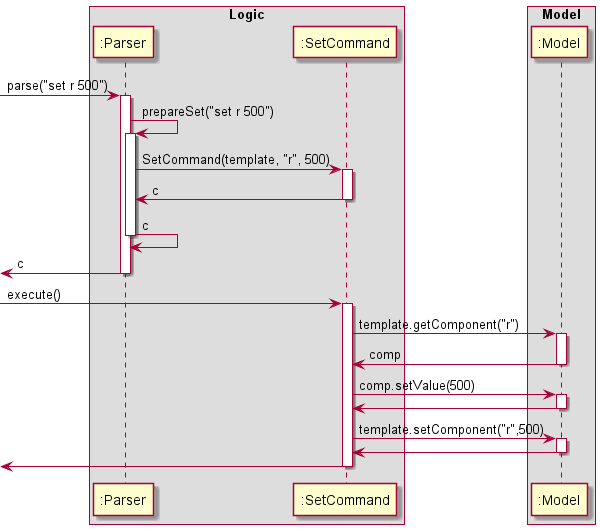
This is docs/diagrams/SetSequenceDiagram.png from sevenseasofbri/tp, a PlantUML export, as it was before one commit.
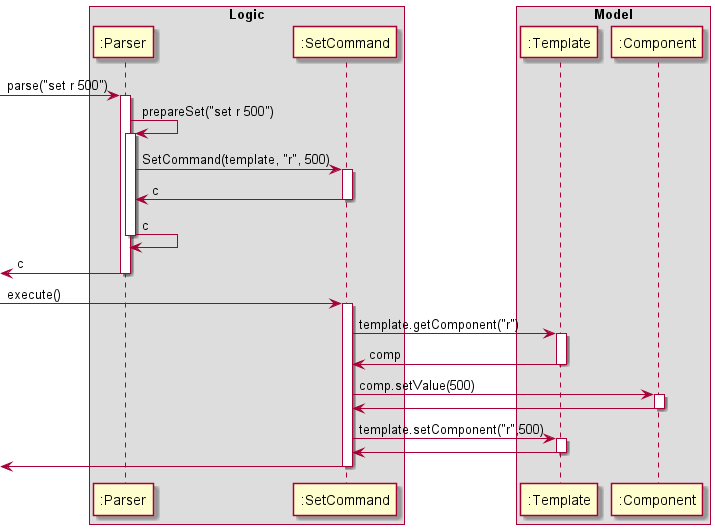
After the change.

What changed in the source:
```diff
@@ -6,7 +6,8 @@
 end box
 
 box Model
-participant ":Model" as Model
+participant ":Template" as Template
+participant ":Component" as Component
 end box
 
 
@@ -32,23 +33,23 @@
 [-> SetCommand : execute()
 activate SetCommand
 
-SetCommand -> Model : template.getComponent("r")
-activate Model
+SetCommand -> Template : template.getComponent("r")
+activate Template
 
-Model -> SetCommand : comp
-deactivate Model
+Template -> SetCommand : comp
+deactivate Template
 
-SetCommand -> Model : comp.setValue(500)
-activate Model
+SetCommand -> Component : comp.setValue(500)
+activate Component
 
-Model -> SetCommand
-deactivate Model
+Component -> SetCommand
+deactivate Component
 
-SetCommand -> Model : template.setComponent("r",500)
-activate Model
+SetCommand -> Template : template.setComponent("r",500)
+activate Template
 
-Model -> SetCommand
-deactivate Model
+Template -> SetCommand
+deactivate Template
 
 [<- SetCommand
 deactivate SetCommand
```
